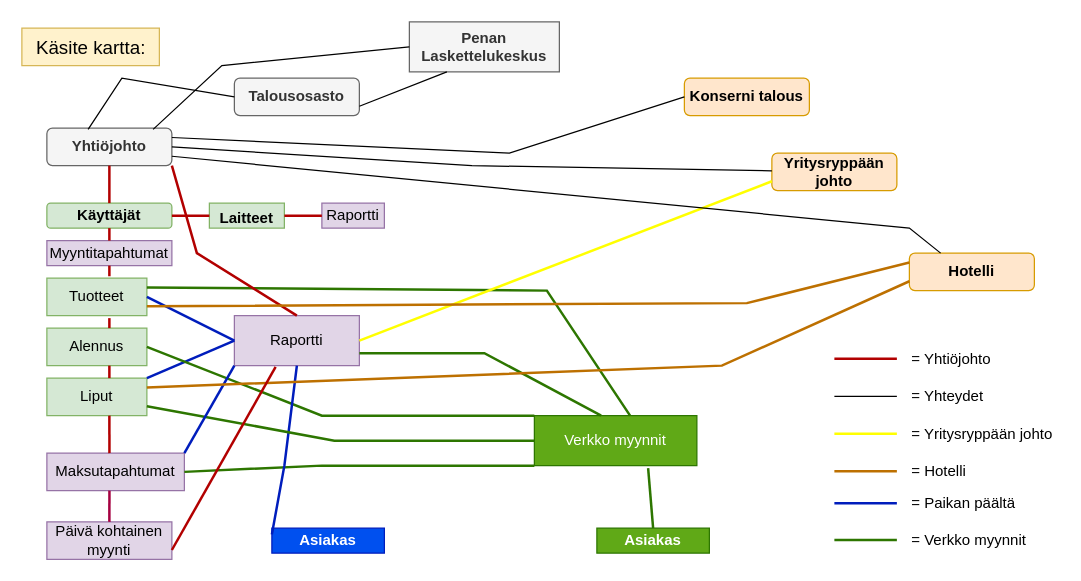
This is Untitled Diagram.drawio from Nele83/Ohjelmointtikehittaja, a draw.io file, before an edit. Source tidied: cells renumbered, new cells numbered last; positions are measured from the earlier drawing's top-left corner, leaving out a move shared by most shapes. Both pictures are drawn from the tidied source at 125%, with x=0, y=0 at pixel (21, 21).
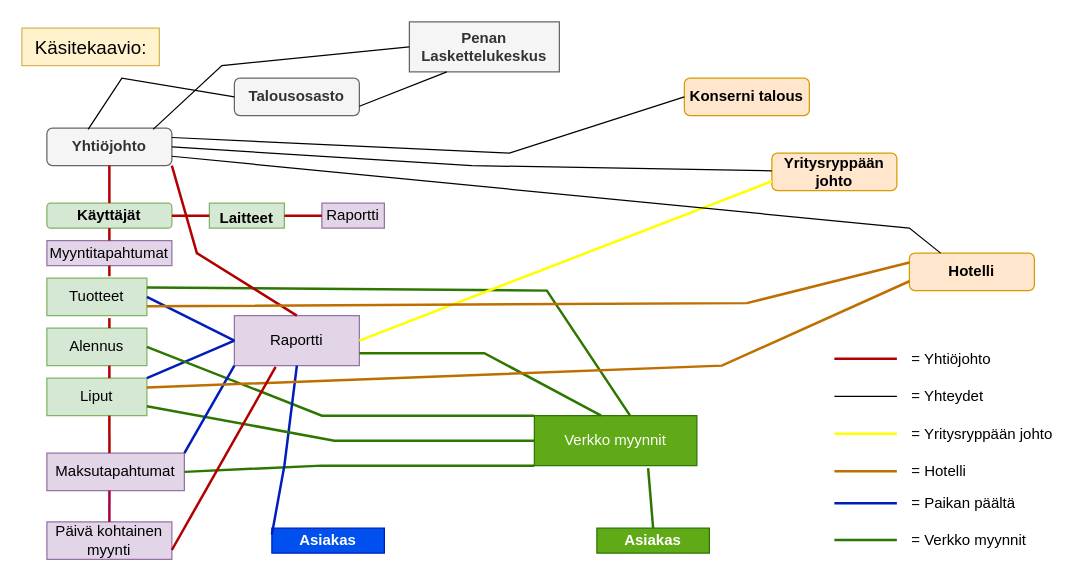
After the change.

Diff of the diagram source:
```diff
@@
-    <mxCell id="10" value="&lt;font style=&quot;vertical-align: inherit; font-size: 15px;&quot;&gt;&lt;font style=&quot;vertical-align: inherit; font-size: 15px;&quot;&gt;&lt;font style=&quot;vertical-align: inherit; font-size: 15px;&quot;&gt;&lt;font style=&quot;vertical-align: inherit; font-size: 15px;&quot;&gt;Käsite kartta:&lt;/font&gt;&lt;/font&gt;&lt;/font&gt;&lt;/font&gt;" style="text;html=1;align=center;verticalAlign=middle;strokeColor=#d6b656;fillColor=#fff2cc;" parent="1" vertex="1">
+    <mxCell id="10" value="&lt;font style=&quot;vertical-align: inherit; font-size: 15px;&quot;&gt;&lt;font style=&quot;vertical-align: inherit; font-size: 15px;&quot;&gt;&lt;font style=&quot;vertical-align: inherit; font-size: 15px;&quot;&gt;&lt;font style=&quot;vertical-align: inherit; font-size: 15px;&quot;&gt;Käsitekaavio:&lt;/font&gt;&lt;/font&gt;&lt;/font&gt;&lt;/font&gt;" style="text;html=1;align=center;verticalAlign=middle;strokeColor=#d6b656;fillColor=#fff2cc;" parent="1" vertex="1">
       <mxGeometry y="5" width="110" height="30" as="geometry" />
     </mxCell>
```
